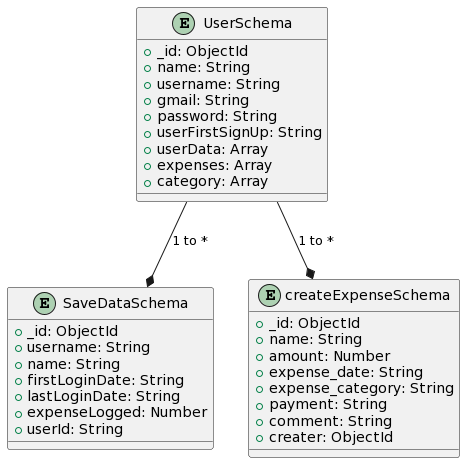
umesh-coder/20240319_capstone_expensetrack keeps this PlantUML diagram as 03_ERDiagram/db_schema.png. Above is the earlier version.
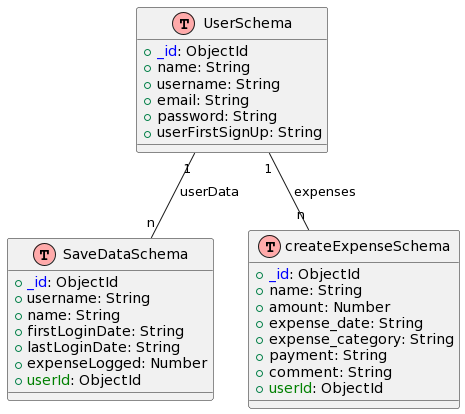
After the commit.

Commit message:
added upadted  ER Diagram & wireframes & API Excel

What changed in the source:
```diff
@@ -1,37 +1,38 @@
 @startuml
-entity "UserSchema" {
-  + _id: ObjectId
-  + name: String
-  + username: String
-  + gmail: String
-  + password: String
-  + userFirstSignUp: String
-  + userData: Array
-  + expenses: Array
-  + category: Array
+!define Table(x) class x << (T,#FFAAAA) >>
+!define PrimaryKey(x) <color:blue>x</color>
+!define ForeignKey(x) <color:green>x</color>
+
+Table(UserSchema) {
+  +PrimaryKey(_id): ObjectId
+  +name: String
+  +username: String
+  +email: String
+  +password: String
+  +userFirstSignUp: String
 }
 
-entity "SaveDataSchema" {
-  + _id: ObjectId
-  + username: String
-  + name: String
-  + firstLoginDate: String
-  + lastLoginDate: String
-  + expenseLogged: Number
-  + userId: String
+Table(SaveDataSchema) {
+  +PrimaryKey(_id): ObjectId
+  +username: String
+  +name: String
+  +firstLoginDate: String
+  +lastLoginDate: String
+  +expenseLogged: Number
+  +ForeignKey(userId): ObjectId
 }
 
-entity "createExpenseSchema" {
-  + _id: ObjectId
-  + name: String
-  + amount: Number
-  + expense_date: String
-  + expense_category: String
-  + payment: String
-  + comment: String
-  + creater: ObjectId
+Table(createExpenseSchema) {
+  +PrimaryKey(_id): ObjectId
+  +name: String
+  +amount: Number
+  +expense_date: String
+  +expense_category: String
+  +payment: String
+  +comment: String
+  +ForeignKey(userId): ObjectId
 }
 
-"UserSchema" --* "SaveDataSchema" : 1 to *
-"UserSchema" --* "createExpenseSchema" : 1 to *
+UserSchema "1" -- "n" SaveDataSchema: userData
+UserSchema "1" -- "n" createExpenseSchema: expenses
 @enduml
```
